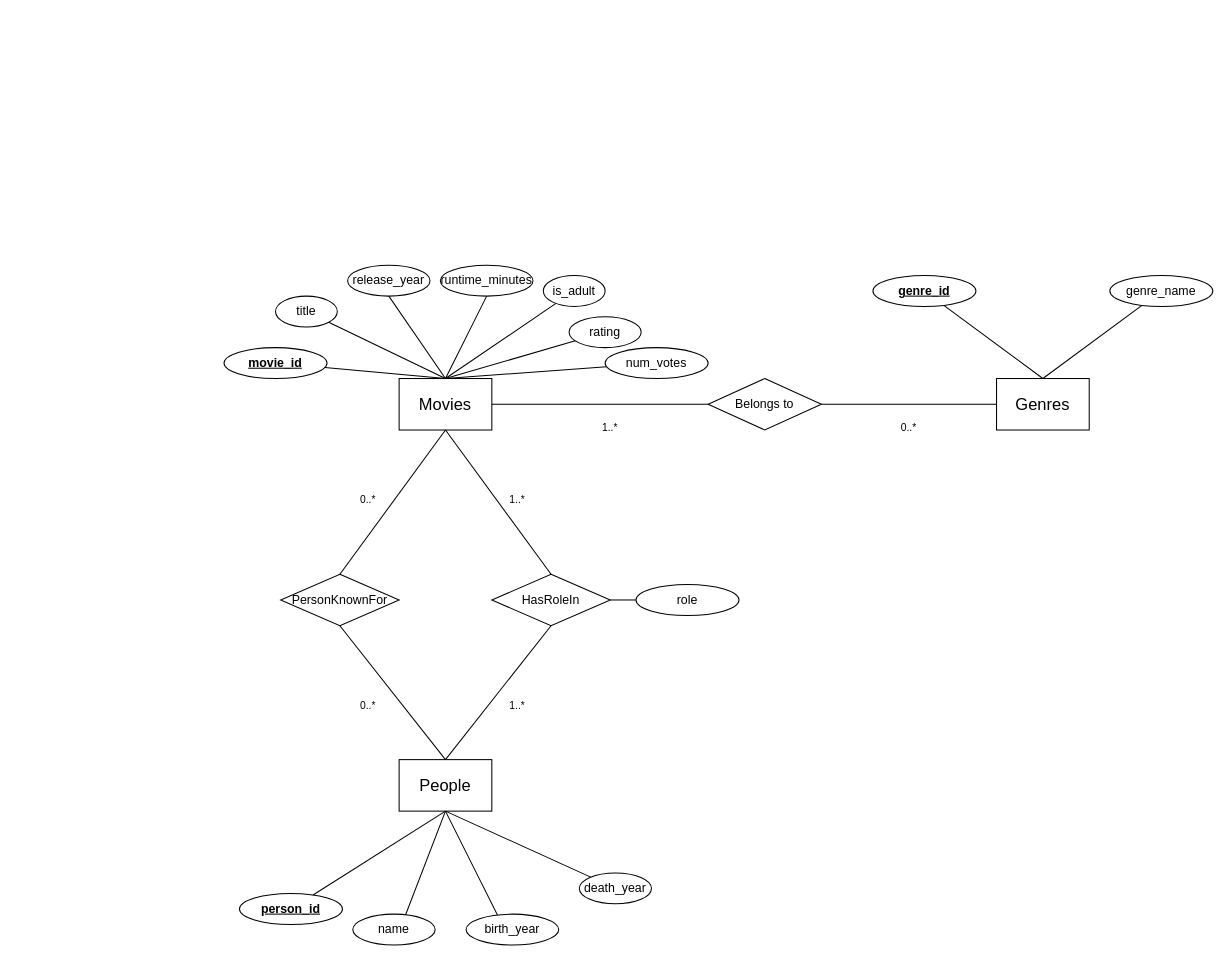
The draw.io diagram docs/ER_diagram.drawio in stanley-zhou/cinephile, before the edit. Source tidied: cells renumbered, new cells numbered last; positions are measured from the earlier drawing's top-left corner, leaving out a move shared by most shapes. Both pictures are drawn from the tidied source at 103%, with x=0, y=0 at pixel (224, 265).
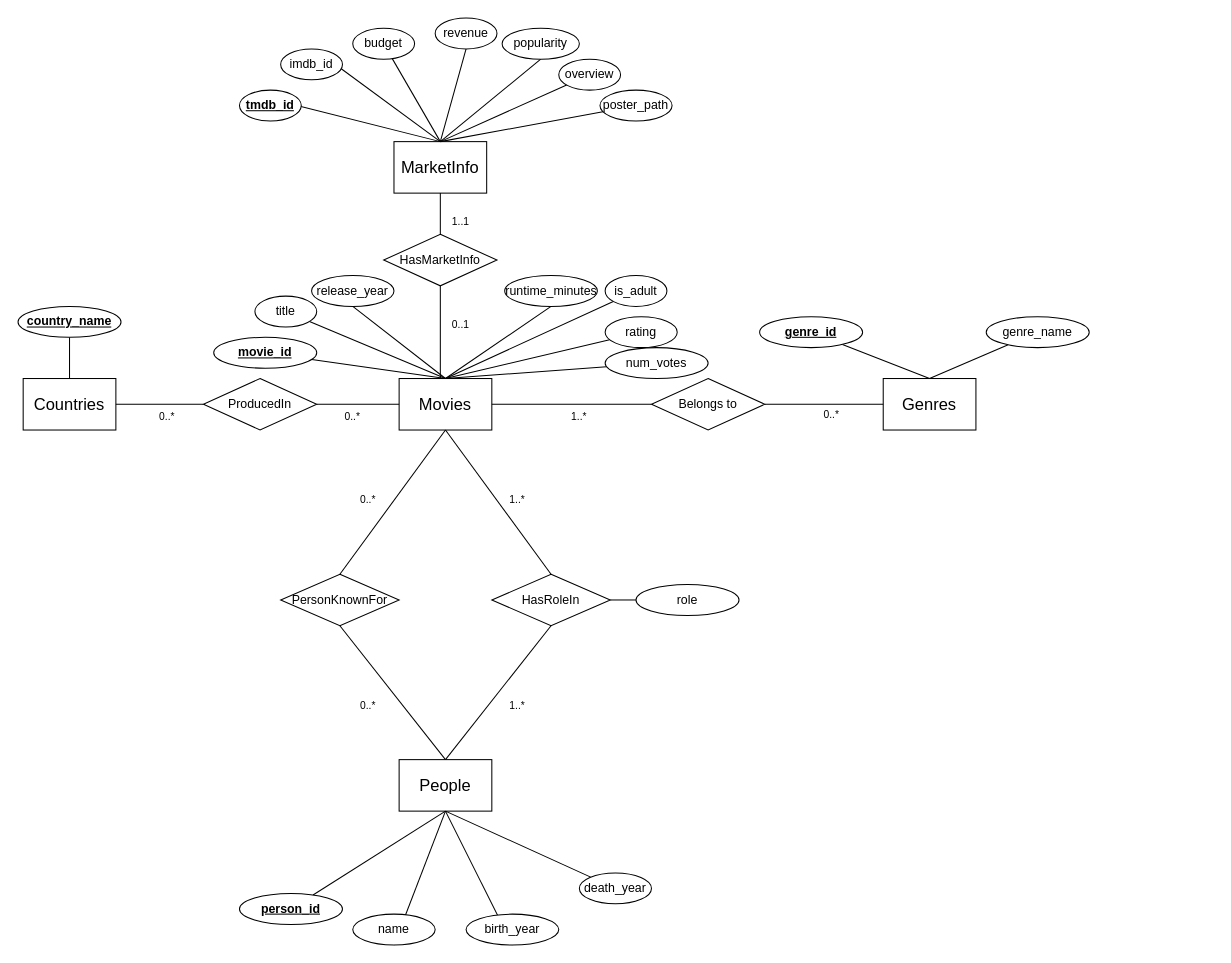
Above is the later version.

The change refers to these unchanged cells:
```xml
<mxCell id="2" value="&lt;font style=&quot;font-size: 16px;&quot;&gt;Movies&lt;/font&gt;" style="rounded=0;whiteSpace=wrap;html=1;" parent="1" vertex="1">
  <mxGeometry x="170" y="110" width="90" height="50" as="geometry" />
</mxCell>
```

What changed in the source:
```diff
@@
     <mxCell id="8" value="release_year" style="ellipse;whiteSpace=wrap;html=1;" parent="1" vertex="1">
-      <mxGeometry x="120" width="80" height="30" as="geometry" />
+      <mxGeometry x="85" y="10" width="80" height="30" as="geometry" />
     </mxCell>
     <mxCell id="9" value="runtime_minutes" style="ellipse;whiteSpace=wrap;html=1;" parent="1" vertex="1">
-      <mxGeometry x="210" width="90" height="30" as="geometry" />
+      <mxGeometry x="272.5" y="10" width="90" height="30" as="geometry" />
     </mxCell>
     <mxCell id="10" value="is_adult" style="ellipse;whiteSpace=wrap;html=1;" parent="1" vertex="1">
-      <mxGeometry x="310" y="10" width="60" height="30" as="geometry" />
+      <mxGeometry x="370" y="10" width="60" height="30" as="geometry" />
     </mxCell>
@@
     <mxCell id="12" value="rating" style="ellipse;whiteSpace=wrap;html=1;" parent="1" vertex="1">
-      <mxGeometry x="335" y="50" width="70" height="30" as="geometry" />
+      <mxGeometry x="370" y="50" width="70" height="30" as="geometry" />
     </mxCell>
     <mxCell id="13" value="&lt;b&gt;&lt;u&gt;movie_id&lt;/u&gt;&lt;/b&gt;" style="ellipse;whiteSpace=wrap;html=1;" parent="1" vertex="1">
-      <mxGeometry y="80" width="100" height="30" as="geometry" />
+      <mxGeometry x="-10" y="70" width="100" height="30" as="geometry" />
     </mxCell>
     <mxCell id="14" value="title" style="ellipse;whiteSpace=wrap;html=1;" parent="1" vertex="1">
-      <mxGeometry x="50" y="30" width="60" height="30" as="geometry" />
+      <mxGeometry x="30" y="30" width="60" height="30" as="geometry" />
     </mxCell>
@@
     <mxCell id="34" value="&lt;font style=&quot;font-size: 16px;&quot;&gt;Genres&lt;/font&gt;" style="rounded=0;whiteSpace=wrap;html=1;" parent="1" vertex="1">
-      <mxGeometry x="750" y="110" width="90" height="50" as="geometry" />
+      <mxGeometry x="640" y="110" width="90" height="50" as="geometry" />
     </mxCell>
@@
     <mxCell id="36" value="&lt;b&gt;&lt;u&gt;genre_id&lt;/u&gt;&lt;/b&gt;" style="ellipse;whiteSpace=wrap;html=1;" parent="1" vertex="1">
-      <mxGeometry x="630" y="10" width="100" height="30" as="geometry" />
+      <mxGeometry x="520" y="50" width="100" height="30" as="geometry" />
     </mxCell>
@@
     <mxCell id="38" value="genre_name" style="ellipse;whiteSpace=wrap;html=1;" parent="1" vertex="1">
-      <mxGeometry x="860" y="10" width="100" height="30" as="geometry" />
+      <mxGeometry x="740" y="50" width="100" height="30" as="geometry" />
     </mxCell>
     <mxCell id="39" value="Belongs to" style="rhombus;whiteSpace=wrap;html=1;" parent="1" vertex="1">
-      <mxGeometry x="470" y="110" width="110" height="50" as="geometry" />
+      <mxGeometry x="415" y="110" width="110" height="50" as="geometry" />
     </mxCell>
@@
     <mxCell id="42" value="&lt;font style=&quot;font-size: 10px;&quot;&gt;1..*&lt;/font&gt;" style="text;strokeColor=none;fillColor=none;html=1;align=center;verticalAlign=middle;whiteSpace=wrap;rounded=0;fontSize=16;" parent="1" vertex="1">
-      <mxGeometry x="350" y="140" width="50" height="30" as="geometry" />
+      <mxGeometry x="320" y="130" width="50" height="30" as="geometry" />
     </mxCell>
     <mxCell id="43" value="&lt;font style=&quot;font-size: 10px;&quot;&gt;0..*&lt;/font&gt;" style="text;strokeColor=none;fillColor=none;html=1;align=center;verticalAlign=middle;whiteSpace=wrap;rounded=0;fontSize=16;" parent="1" vertex="1">
-      <mxGeometry x="640" y="140" width="50" height="30" as="geometry" />
+      <mxGeometry x="565" y="128" width="50" height="30" as="geometry" />
     </mxCell>
@@
+    <mxCell id="48" value="&lt;font style=&quot;font-size: 16px;&quot;&gt;Countries&lt;/font&gt;" style="rounded=0;whiteSpace=wrap;html=1;" parent="1" vertex="1">
+      <mxGeometry x="-195" y="110" width="90" height="50" as="geometry" />
+    </mxCell>
+    <mxCell id="49" style="endArrow=none;html=1;rounded=0;fontSize=12;startSize=8;endSize=8;curved=1;entryX=0.5;entryY=0;entryDx=0;entryDy=0;" parent="1" edge="1" source="50" target="48">
+      <mxGeometry relative="1" as="geometry" />
+    </mxCell>
+    <mxCell id="50" value="&lt;b&gt;&lt;u&gt;country_name&lt;/u&gt;&lt;/b&gt;" style="ellipse;whiteSpace=wrap;html=1;" parent="1" vertex="1">
+      <mxGeometry x="-200" y="40" width="100" height="30" as="geometry" />
+    </mxCell>
+    <mxCell id="51" style="endArrow=none;html=1;rounded=0;fontSize=12;startSize=8;endSize=8;curved=1;exitX=1;exitY=0.5;exitDx=0;exitDy=0;entryX=0;entryY=0.5;entryDx=0;entryDy=0;" parent="1" edge="1" source="48" target="52">
+      <mxGeometry relative="1" as="geometry" />
+    </mxCell>
+    <mxCell id="52" value="ProducedIn" style="rhombus;whiteSpace=wrap;html=1;" parent="1" vertex="1">
+      <mxGeometry x="-20" y="110" width="110" height="50" as="geometry" />
+    </mxCell>
+    <mxCell id="53" style="endArrow=none;html=1;rounded=0;fontSize=12;startSize=8;endSize=8;curved=1;exitX=1;exitY=0.5;exitDx=0;exitDy=0;entryX=0;entryY=0.5;entryDx=0;entryDy=0;" parent="1" edge="1" source="52" target="2">
+      <mxGeometry relative="1" as="geometry" />
+    </mxCell>
+    <mxCell id="54" value="&lt;span style=&quot;font-size: 16px;&quot;&gt;MarketInfo&lt;/span&gt;" style="rounded=0;whiteSpace=wrap;html=1;" parent="1" vertex="1">
+      <mxGeometry x="165" y="-120" width="90" height="50" as="geometry" />
+    </mxCell>
+    <mxCell id="55" style="endArrow=none;html=1;rounded=0;fontSize=12;startSize=8;endSize=8;curved=1;entryX=0.5;entryY=0;entryDx=0;entryDy=0;exitX=0.881;exitY=0.496;exitDx=0;exitDy=0;exitPerimeter=0;" parent="1" edge="1" source="67" target="54">
+      <mxGeometry relative="1" as="geometry" />
+    </mxCell>
+    <mxCell id="56" style="endArrow=none;html=1;rounded=0;fontSize=12;startSize=8;endSize=8;curved=1;entryX=0.5;entryY=0;entryDx=0;entryDy=0;" parent="1" edge="1" source="65" target="54">
+      <mxGeometry relative="1" as="geometry" />
+    </mxCell>
+    <mxCell id="57" style="endArrow=none;html=1;rounded=0;fontSize=12;startSize=8;endSize=8;curved=1;entryX=0.5;entryY=0;entryDx=0;entryDy=0;exitX=0.5;exitY=1;exitDx=0;exitDy=0;" parent="1" edge="1" source="60" target="54">
+      <mxGeometry relative="1" as="geometry" />
+    </mxCell>
+    <mxCell id="58" style="endArrow=none;html=1;rounded=0;fontSize=12;startSize=8;endSize=8;curved=1;entryX=0.5;entryY=0;entryDx=0;entryDy=0;exitX=0.5;exitY=1;exitDx=0;exitDy=0;" parent="1" edge="1" source="61" target="54">
+      <mxGeometry relative="1" as="geometry" />
+    </mxCell>
+    <mxCell id="59" style="endArrow=none;html=1;rounded=0;fontSize=12;startSize=8;endSize=8;curved=1;entryX=0.5;entryY=0;entryDx=0;entryDy=0;" parent="1" edge="1" source="62" target="54">
+      <mxGeometry relative="1" as="geometry" />
+    </mxCell>
+    <mxCell id="60" value="revenue" style="ellipse;whiteSpace=wrap;html=1;" parent="1" vertex="1">
+      <mxGeometry x="205" y="-240" width="60" height="30" as="geometry" />
+    </mxCell>
+    <mxCell id="61" value="popularity" style="ellipse;whiteSpace=wrap;html=1;" parent="1" vertex="1">
+      <mxGeometry x="270" y="-230" width="75" height="30" as="geometry" />
+    </mxCell>
+    <mxCell id="62" value="overview" style="ellipse;whiteSpace=wrap;html=1;" parent="1" vertex="1">
+      <mxGeometry x="325" y="-200" width="60" height="30" as="geometry" />
+    </mxCell>
+    <mxCell id="63" style="endArrow=none;html=1;rounded=0;fontSize=12;startSize=8;endSize=8;curved=1;exitX=0.5;exitY=0;exitDx=0;exitDy=0;" parent="1" edge="1" source="54" target="64">
+      <mxGeometry relative="1" as="geometry" />
+    </mxCell>
+    <mxCell id="64" value="poster_path" style="ellipse;whiteSpace=wrap;html=1;" parent="1" vertex="1">
+      <mxGeometry x="365" y="-170" width="70" height="30" as="geometry" />
+    </mxCell>
+    <mxCell id="65" value="budget" style="ellipse;whiteSpace=wrap;html=1;" parent="1" vertex="1">
+      <mxGeometry x="125" y="-230" width="60" height="30" as="geometry" />
+    </mxCell>
+    <mxCell id="66" style="endArrow=none;html=1;rounded=0;fontSize=12;startSize=8;endSize=8;curved=1;exitX=0.866;exitY=0.466;exitDx=0;exitDy=0;entryX=0.5;entryY=0;entryDx=0;entryDy=0;exitPerimeter=0;" parent="1" edge="1" source="68" target="54">
+      <mxGeometry relative="1" as="geometry" />
+    </mxCell>
+    <mxCell id="67" value="imdb_id" style="ellipse;whiteSpace=wrap;html=1;" parent="1" vertex="1">
+      <mxGeometry x="55" y="-210" width="60" height="30" as="geometry" />
+    </mxCell>
+    <mxCell id="68" value="&lt;b&gt;&lt;u&gt;tmdb_id&lt;/u&gt;&lt;/b&gt;" style="ellipse;whiteSpace=wrap;html=1;" parent="1" vertex="1">
+      <mxGeometry x="15" y="-170" width="60" height="30" as="geometry" />
+    </mxCell>
+    <mxCell id="69" value="HasMarketInfo" style="rhombus;whiteSpace=wrap;html=1;" parent="1" vertex="1">
+      <mxGeometry x="155" y="-30" width="110" height="50" as="geometry" />
+    </mxCell>
+    <mxCell id="70" style="endArrow=none;html=1;rounded=0;exitX=0.5;exitY=1;exitDx=0;exitDy=0;" parent="1" edge="1" source="69">
+      <mxGeometry relative="1" as="geometry">
+        <mxPoint x="210" y="110" as="targetPoint" />
+      </mxGeometry>
+    </mxCell>
+    <mxCell id="71" style="endArrow=none;html=1;rounded=0;entryX=0.5;entryY=0;entryDx=0;entryDy=0;exitX=0.5;exitY=1;exitDx=0;exitDy=0;" parent="1" edge="1" source="54" target="69">
+      <mxGeometry relative="1" as="geometry" />
+    </mxCell>
+    <mxCell id="72" value="&lt;font style=&quot;font-size: 10px;&quot;&gt;0..1&lt;/font&gt;" style="text;strokeColor=none;fillColor=none;html=1;align=center;verticalAlign=middle;whiteSpace=wrap;rounded=0;fontSize=16;" parent="1" vertex="1">
+      <mxGeometry x="205" y="40" width="50" height="30" as="geometry" />
+    </mxCell>
+    <mxCell id="73" value="&lt;font style=&quot;font-size: 10px;&quot;&gt;1..1&lt;/font&gt;" style="text;strokeColor=none;fillColor=none;html=1;align=center;verticalAlign=middle;whiteSpace=wrap;rounded=0;fontSize=16;" parent="1" vertex="1">
+      <mxGeometry x="205" y="-60" width="50" height="30" as="geometry" />
+    </mxCell>
+    <mxCell id="74" value="&lt;font style=&quot;font-size: 10px;&quot;&gt;0..*&lt;/font&gt;" style="text;strokeColor=none;fillColor=none;html=1;align=center;verticalAlign=middle;whiteSpace=wrap;rounded=0;fontSize=16;" parent="1" vertex="1">
+      <mxGeometry x="100" y="130" width="50" height="30" as="geometry" />
+    </mxCell>
+    <mxCell id="75" value="&lt;font style=&quot;font-size: 10px;&quot;&gt;0..*&lt;/font&gt;" style="text;strokeColor=none;fillColor=none;html=1;align=center;verticalAlign=middle;whiteSpace=wrap;rounded=0;fontSize=16;" parent="1" vertex="1">
+      <mxGeometry x="-80" y="130" width="50" height="30" as="geometry" />
+    </mxCell>
```
